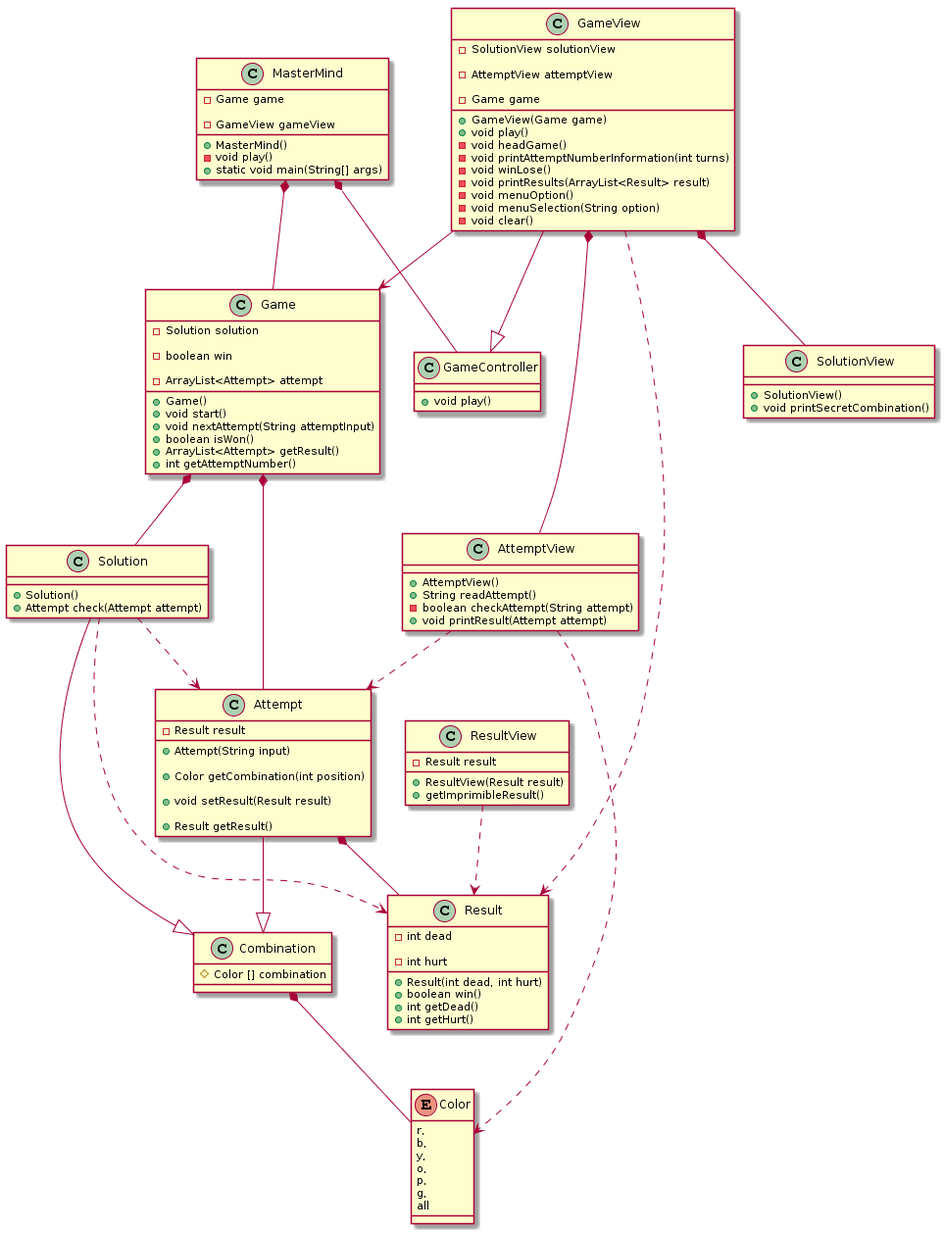
Earlier version of the PlantUML export docs/img/uml_6.png (alu0100819847/MasterMind). Source of this version:
```plantuml
@startuml
class MasterMind{

    - Game game

    - GameView gameView

    + MasterMind()

    - void play()

    + static void main(String[] args)

}

class Game{

    - Solution solution

    - boolean win

    - ArrayList<Attempt> attempt

    + Game()

    + void start()

    + void nextAttempt(String attemptInput)

    + boolean isWon()

    + ArrayList<Attempt> getResult()

    + int getAttemptNumber()

}

class Combination{

    # Color [] combination

}

class Solution{

    + Solution()

    + Attempt check(Attempt attempt)

}

class Attempt{

    - Result result

    + Attempt(String input)

    + Color getCombination(int position)

    + void setResult(Result result)

    + Result getResult()

}

class Result{

    - int dead

	- int hurt

    + Result(int dead, int hurt)

    + boolean win()

    + int getDead()

    + int getHurt()


}

class GameController{
    + void play()
}

class GameView{

	- SolutionView solutionView

	- AttemptView attemptView

	- Game game

    + GameView(Game game)

    + void play()

    - void headGame()

    - void printAttemptNumberInformation(int turns)

    - void winLose()

    - void printResults(ArrayList<Result> result)

    - void menuOption()

    - void menuSelection(String option)

    - void clear()
}

class SolutionView{

    + SolutionView()

    + void printSecretCombination()

}

class AttemptView{

    + AttemptView()

    + String readAttempt()

    - boolean checkAttempt(String attempt)

    + void printResult(Attempt attempt)
}

class ResultView{

    - Result result

    + ResultView(Result result)

    + getImprimibleResult()

}

enum Color{
    r,
    b,
    y,
    o,
    p,
    g,
    all
}
MasterMind *--GameController

MasterMind *-- Game

Game *-- Solution

Game *-- Attempt

Combination *-- Color

Solution --|> Combination

Solution ..> Result

Solution ..> Attempt

Attempt --|> Combination

Attempt *-- Result

GameView --|> GameController

GameView *-- SolutionView

GameView *-- AttemptView

GameView --> Game

GameView ..> Result

AttemptView ..> Color

AttemptView ..> Attempt

ResultView ..> Result
@enduml
```
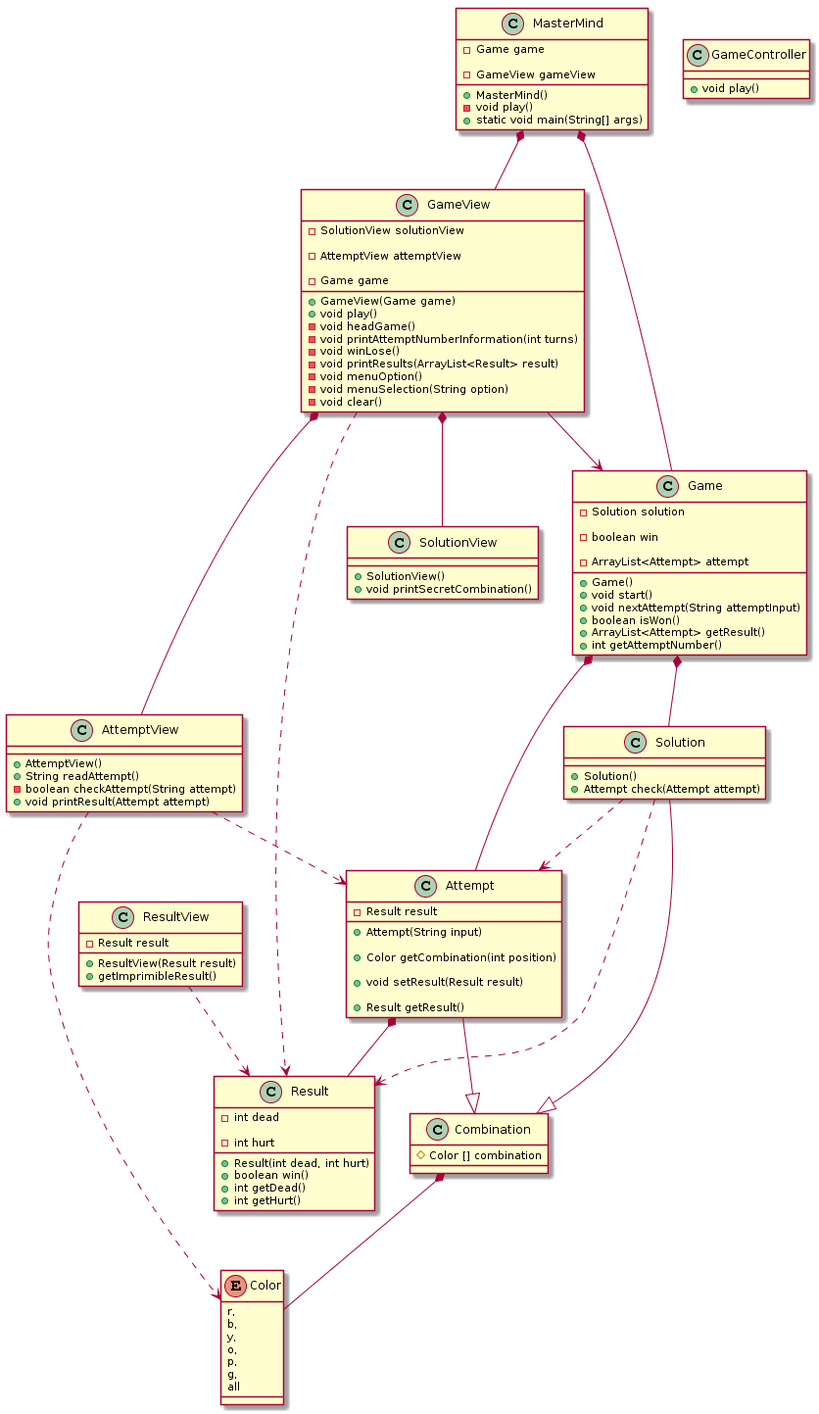
The same diagram one commit later.

Change to the diagram source:
```diff
@@ -149,7 +149,7 @@
     g,
     all
 }
-MasterMind *--GameController
+MasterMind *--GameView
 
 MasterMind *-- Game
 
@@ -169,8 +169,6 @@
 
 Attempt *-- Result
 
-GameView --|> GameController
-
 GameView *-- SolutionView
 
 GameView *-- AttemptView
```
